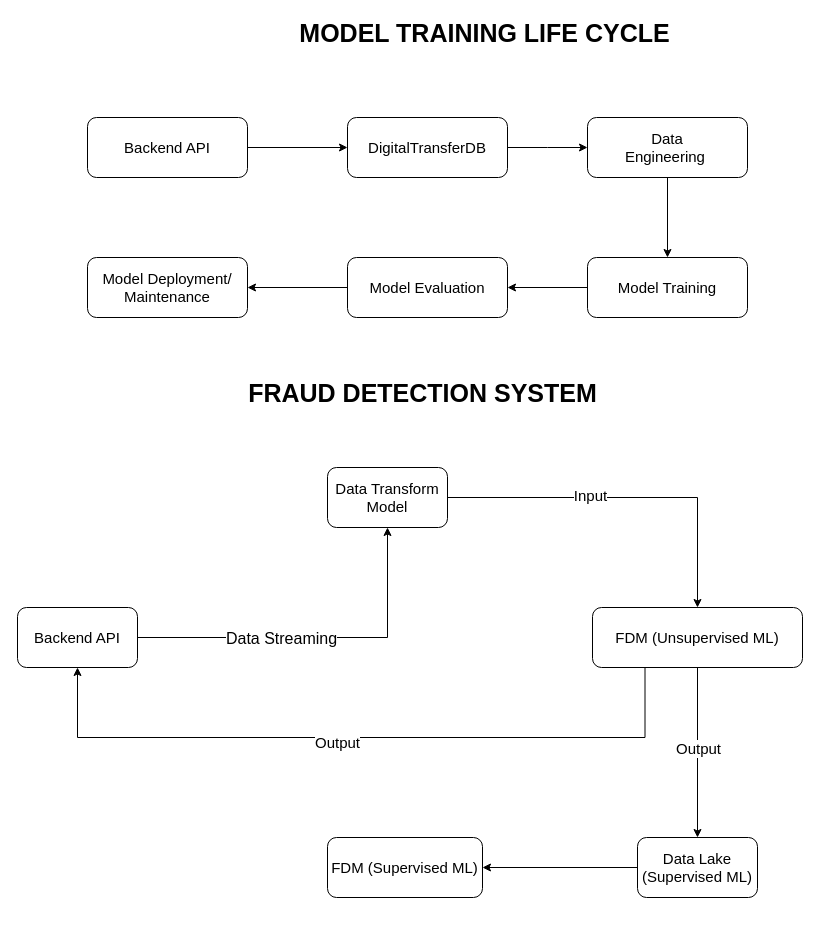
This is Untitled Diagram.drawio from OTDavid9/Credit_Fraud_Detection, a draw.io file, before an edit. Source tidied: cells renumbered, new cells numbered last; positions are measured from the earlier drawing's top-left corner, leaving out a move shared by most shapes. Both pictures are drawn from the tidied source at 100%, with x=0, y=0 at pixel (17, 17).
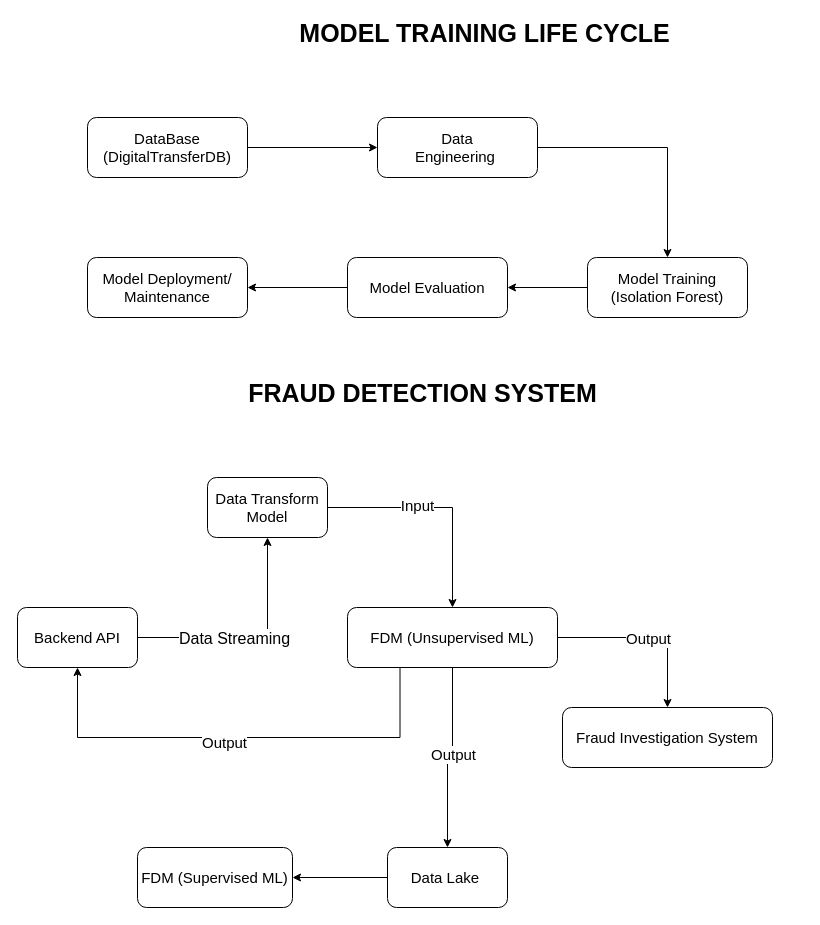
The same diagram, later.

The change refers to these unchanged cells:
```xml
<mxCell id="4" value="&lt;font style=&quot;font-size: 15px;&quot;&gt;Backend API&lt;/font&gt;" style="rounded=1;whiteSpace=wrap;html=1;" parent="1" vertex="1">
  <mxGeometry y="590" width="120" height="60" as="geometry" />
</mxCell>
```

The edit, as a diff of the source:
```diff
@@
     <mxCell id="7" style="edgeStyle=orthogonalEdgeStyle;rounded=0;jettySize=auto;html=1;exitX=0.25;exitY=1;exitDx=0;exitDy=0;entryX=0.5;entryY=1;entryDx=0;entryDy=0;" parent="1" edge="1" source="9" target="4">
       <mxGeometry relative="1" as="geometry">
         <Array as="points">
-          <mxPoint x="628" y="720" />
+          <mxPoint x="383" y="720" />
           <mxPoint x="60" y="720" />
         </Array>
       </mxGeometry>
     </mxCell>
@@
+    <mxCell id="29" style="edgeStyle=orthogonalEdgeStyle;rounded=0;jettySize=auto;html=1;" parent="1" edge="1" source="9" target="31">
+      <mxGeometry relative="1" as="geometry" />
+    </mxCell>
+    <mxCell id="30" value="&lt;font style=&quot;font-size: 15px;&quot;&gt;Output&lt;/font&gt;" style="edgeLabel;html=1;align=center;verticalAlign=middle;" parent="29" vertex="1">
+      <mxGeometry relative="1" as="geometry" />
+    </mxCell>
     <mxCell id="9" value="&lt;font style=&quot;font-size: 15px;&quot;&gt;FDM (Unsupervised ML)&lt;/font&gt;" style="rounded=1;whiteSpace=wrap;html=1;" parent="1" vertex="1">
-      <mxGeometry x="575" y="590" width="210" height="60" as="geometry" />
+      <mxGeometry x="330" y="590" width="210" height="60" as="geometry" />
     </mxCell>
@@
     <mxCell id="12" value="&lt;font style=&quot;font-size: 15px;&quot;&gt;Data Transform&lt;/font&gt;&lt;div style=&quot;font-size: 15px;&quot;&gt;&lt;font style=&quot;font-size: 15px;&quot;&gt;Model&lt;/font&gt;&lt;/div&gt;" style="rounded=1;whiteSpace=wrap;html=1;" parent="1" vertex="1">
-      <mxGeometry x="310" y="450" width="120" height="60" as="geometry" />
+      <mxGeometry x="190" y="460" width="120" height="60" as="geometry" />
     </mxCell>
@@
-    <mxCell id="14" value="&lt;font style=&quot;font-size: 15px;&quot;&gt;Data Lake (Supervised ML)&lt;/font&gt;" style="rounded=1;whiteSpace=wrap;html=1;" parent="1" vertex="1">
-      <mxGeometry x="620" y="820" width="120" height="60" as="geometry" />
+    <mxCell id="14" value="&lt;font style=&quot;font-size: 15px;&quot;&gt;Data Lake&amp;nbsp;&lt;/font&gt;" style="rounded=1;whiteSpace=wrap;html=1;" parent="1" vertex="1">
+      <mxGeometry x="370" y="830" width="120" height="60" as="geometry" />
     </mxCell>
     <mxCell id="15" value="&lt;span style=&quot;font-size: 15px;&quot;&gt;FDM (Supervised ML)&lt;/span&gt;" style="rounded=1;whiteSpace=wrap;html=1;" parent="1" vertex="1">
-      <mxGeometry x="310" y="820" width="155" height="60" as="geometry" />
+      <mxGeometry x="120" y="830" width="155" height="60" as="geometry" />
     </mxCell>
-    <mxCell id="16" style="edgeStyle=orthogonalEdgeStyle;rounded=0;jettySize=auto;html=1;" parent="1" edge="1" source="17" target="19">
-      <mxGeometry relative="1" as="geometry" />
-    </mxCell>
-    <mxCell id="17" value="&lt;span style=&quot;font-size: 15px;&quot;&gt;Backend API&lt;/span&gt;" style="rounded=1;whiteSpace=wrap;html=1;" parent="1" vertex="1">
-      <mxGeometry x="70" y="100" width="160" height="60" as="geometry" />
-    </mxCell>
-    <mxCell id="18" style="edgeStyle=orthogonalEdgeStyle;rounded=0;jettySize=auto;html=1;" parent="1" edge="1" source="19">
-      <mxGeometry relative="1" as="geometry">
-        <mxPoint x="570" y="130" as="targetPoint" />
-      </mxGeometry>
+    <mxCell id="18" style="edgeStyle=orthogonalEdgeStyle;rounded=0;jettySize=auto;html=1;entryX=0;entryY=0.5;entryDx=0;entryDy=0;" parent="1" edge="1" source="19" target="22">
+      <mxGeometry relative="1" as="geometry" />
     </mxCell>
-    <mxCell id="19" value="&lt;span style=&quot;font-size: 15px;&quot;&gt;DigitalTransferDB&lt;/span&gt;" style="rounded=1;whiteSpace=wrap;html=1;" parent="1" vertex="1">
-      <mxGeometry x="330" y="100" width="160" height="60" as="geometry" />
+    <mxCell id="19" value="&lt;div&gt;&lt;span style=&quot;font-size: 15px;&quot;&gt;DataBase (&lt;/span&gt;&lt;span style=&quot;font-size: 15px; background-color: initial;&quot;&gt;DigitalTransferDB)&lt;/span&gt;&lt;/div&gt;" style="rounded=1;whiteSpace=wrap;html=1;" parent="1" vertex="1">
+      <mxGeometry x="70" y="100" width="160" height="60" as="geometry" />
     </mxCell>
@@
     <mxCell id="22" value="&lt;span style=&quot;font-size: 15px;&quot;&gt;Data&lt;/span&gt;&lt;div&gt;&lt;span style=&quot;font-size: 15px;&quot;&gt;Engineering&amp;nbsp;&lt;/span&gt;&lt;/div&gt;" style="rounded=1;whiteSpace=wrap;html=1;" parent="1" vertex="1">
-      <mxGeometry x="570" y="100" width="160" height="60" as="geometry" />
+      <mxGeometry x="360" y="100" width="160" height="60" as="geometry" />
     </mxCell>
@@
-    <mxCell id="24" value="&lt;span style=&quot;font-size: 15px;&quot;&gt;Model Training&lt;/span&gt;" style="rounded=1;whiteSpace=wrap;html=1;" parent="1" vertex="1">
+    <mxCell id="24" value="&lt;span style=&quot;font-size: 15px;&quot;&gt;Model Training&lt;/span&gt;&lt;div&gt;&lt;span style=&quot;font-size: 15px;&quot;&gt;(Isolation Forest)&lt;/span&gt;&lt;/div&gt;" style="rounded=1;whiteSpace=wrap;html=1;" parent="1" vertex="1">
       <mxGeometry x="570" y="240" width="160" height="60" as="geometry" />
     </mxCell>
@@
+    <mxCell id="31" value="&lt;span style=&quot;font-size: 15px;&quot;&gt;Fraud Investigation System&lt;/span&gt;" style="rounded=1;whiteSpace=wrap;html=1;" parent="1" vertex="1">
+      <mxGeometry x="545" y="690" width="210" height="60" as="geometry" />
+    </mxCell>
```
